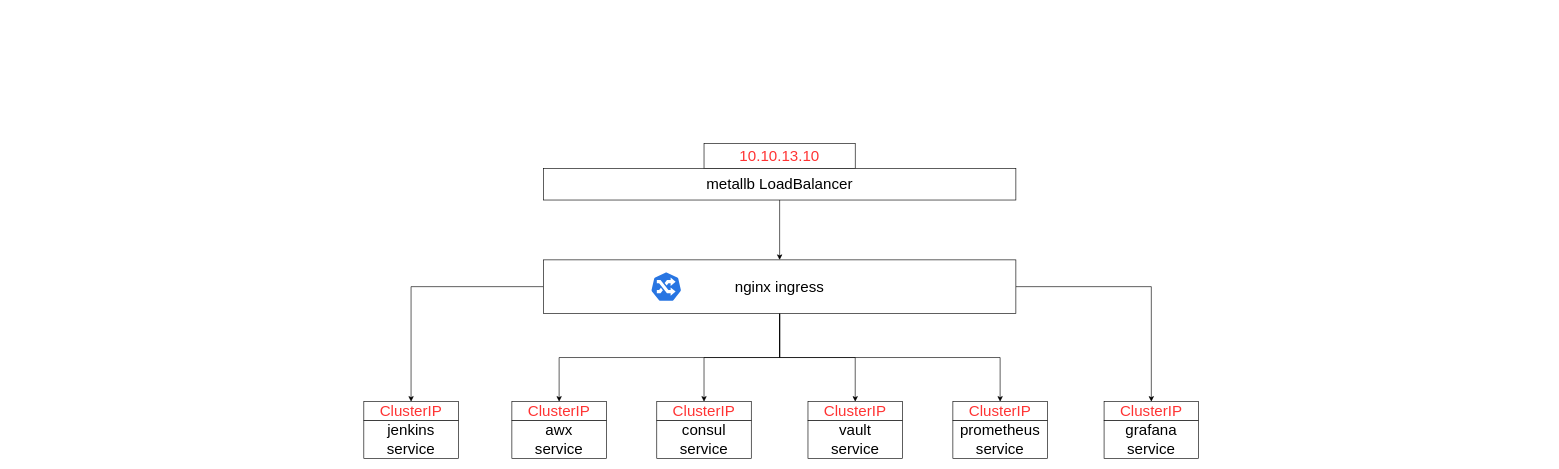
Earlier version of the draw.io diagram Untitled Diagram.drawio (nicolai-hornung-bl/nicolai-hornung-bl). Source tidied: cells renumbered, new cells numbered last; positions are measured from the earlier drawing's top-left corner, leaving out a move shared by most shapes. Both pictures are drawn from the tidied source at 63%, with x=0, y=0 at pixel (364, 143).
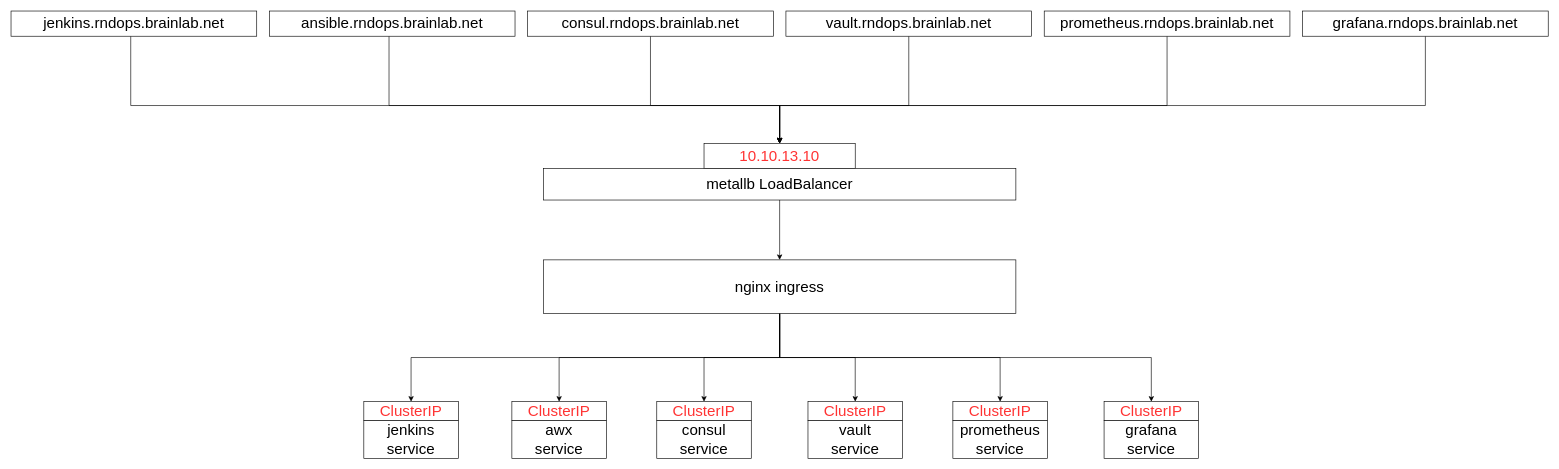
The same diagram, later.

Unchanged cells that the change refers to:
```xml
<mxCell id="3" value="10.10.13.10" style="rounded=0;whiteSpace=wrap;html=1;fontSize=24;fontColor=#FF3333;" parent="1" vertex="1">
  <mxGeometry x="540" width="240" height="40" as="geometry" />
</mxCell>
<mxCell id="10" value="&lt;font color=&quot;#000000&quot;&gt;nginx ingress&lt;/font&gt;" style="rounded=0;whiteSpace=wrap;html=1;fontSize=24;fontColor=#FF3333;" parent="1" vertex="1">
  <mxGeometry x="285" y="185" width="750" height="85" as="geometry" />
</mxCell>
<mxCell id="14" value="ClusterIP" style="rounded=0;whiteSpace=wrap;html=1;fontSize=24;fontColor=#FF3333;" parent="13" vertex="1">
  <mxGeometry width="150" height="30" as="geometry" />
</mxCell>
<mxCell id="26" value="ClusterIP" style="rounded=0;whiteSpace=wrap;html=1;fontSize=24;fontColor=#FF3333;" parent="25" vertex="1">
  <mxGeometry width="150" height="30" as="geometry" />
</mxCell>
```

Diff of the diagram source:
```diff
@@
     <mxCell id="4" style="edgeStyle=orthogonalEdgeStyle;rounded=0;jettySize=auto;html=1;entryX=0.5;entryY=0;entryDx=0;entryDy=0;fontSize=24;fontColor=#000000;" parent="1" edge="1" source="10" target="14">
-      <mxGeometry relative="1" as="geometry" />
+      <mxGeometry relative="1" as="geometry">
+        <Array as="points">
+          <mxPoint x="660" y="340" />
+          <mxPoint x="75" y="340" />
+        </Array>
+      </mxGeometry>
     </mxCell>
@@
     <mxCell id="9" style="edgeStyle=orthogonalEdgeStyle;rounded=0;jettySize=auto;html=1;entryX=0.5;entryY=0;entryDx=0;entryDy=0;fontSize=24;fontColor=#000000;" parent="1" edge="1" source="10" target="26">
-      <mxGeometry relative="1" as="geometry" />
+      <mxGeometry relative="1" as="geometry">
+        <Array as="points">
+          <mxPoint x="660" y="340" />
+          <mxPoint x="1250" y="340" />
+        </Array>
+      </mxGeometry>
     </mxCell>
@@
-    <mxCell id="12" style="sketch=0;html=1;dashed=0;whitespace=wrap;fillColor=#2875E2;strokeColor=#ffffff;shape=mxgraph.kubernetes.icon;prIcon=ing;fontSize=24;fontColor=#000000;" parent="1" vertex="1">
-      <mxGeometry x="455" y="203.5" width="50" height="48" as="geometry" />
-    </mxCell>
@@
+    <mxCell id="31" style="edgeStyle=orthogonalEdgeStyle;rounded=0;jettySize=auto;html=1;entryX=0.5;entryY=0;entryDx=0;entryDy=0;fontSize=24;fontColor=#000000;" parent="1" edge="1" source="32" target="3">
+      <mxGeometry relative="1" as="geometry">
+        <Array as="points">
+          <mxPoint x="-370" y="-60" />
+          <mxPoint x="660" y="-60" />
+        </Array>
+      </mxGeometry>
+    </mxCell>
+    <mxCell id="32" value="&lt;font color=&quot;#000000&quot;&gt;jenkins.rndops.brainlab.net&lt;/font&gt;" style="rounded=0;whiteSpace=wrap;html=1;fontSize=24;fontColor=#FF3333;" parent="1" vertex="1">
+      <mxGeometry x="-560" y="-210" width="390" height="40" as="geometry" />
+    </mxCell>
+    <mxCell id="33" style="edgeStyle=orthogonalEdgeStyle;rounded=0;jettySize=auto;html=1;fontSize=24;fontColor=#000000;" parent="1" edge="1" source="34">
+      <mxGeometry relative="1" as="geometry">
+        <mxPoint x="660" as="targetPoint" />
+        <Array as="points">
+          <mxPoint x="40" y="-60" />
+          <mxPoint x="660" y="-60" />
+        </Array>
+      </mxGeometry>
+    </mxCell>
+    <mxCell id="34" value="&lt;font color=&quot;#000000&quot;&gt;ansible.rndops.brainlab.net&lt;/font&gt;" style="rounded=0;whiteSpace=wrap;html=1;fontSize=24;fontColor=#FF3333;" parent="1" vertex="1">
+      <mxGeometry x="-150" y="-210" width="390" height="40" as="geometry" />
+    </mxCell>
+    <mxCell id="35" style="edgeStyle=orthogonalEdgeStyle;rounded=0;jettySize=auto;html=1;entryX=0.5;entryY=0;entryDx=0;entryDy=0;fontSize=24;fontColor=#000000;" parent="1" edge="1" source="36" target="3">
+      <mxGeometry relative="1" as="geometry">
+        <Array as="points">
+          <mxPoint x="455" y="-60" />
+          <mxPoint x="660" y="-60" />
+        </Array>
+      </mxGeometry>
+    </mxCell>
+    <mxCell id="36" value="&lt;font color=&quot;#000000&quot;&gt;consul.rndops.brainlab.net&lt;/font&gt;" style="rounded=0;whiteSpace=wrap;html=1;fontSize=24;fontColor=#FF3333;" parent="1" vertex="1">
+      <mxGeometry x="260" y="-210" width="390" height="40" as="geometry" />
+    </mxCell>
+    <mxCell id="37" style="edgeStyle=orthogonalEdgeStyle;rounded=0;jettySize=auto;html=1;entryX=0.5;entryY=0;entryDx=0;entryDy=0;fontSize=24;fontColor=#000000;" parent="1" edge="1" source="38" target="3">
+      <mxGeometry relative="1" as="geometry">
+        <Array as="points">
+          <mxPoint x="865" y="-60" />
+          <mxPoint x="660" y="-60" />
+        </Array>
+      </mxGeometry>
+    </mxCell>
+    <mxCell id="38" value="&lt;font color=&quot;#000000&quot;&gt;vault.rndops.brainlab.net&lt;/font&gt;" style="rounded=0;whiteSpace=wrap;html=1;fontSize=24;fontColor=#FF3333;" parent="1" vertex="1">
+      <mxGeometry x="670" y="-210" width="390" height="40" as="geometry" />
+    </mxCell>
+    <mxCell id="39" style="edgeStyle=orthogonalEdgeStyle;rounded=0;jettySize=auto;html=1;entryX=0.5;entryY=0;entryDx=0;entryDy=0;fontSize=24;fontColor=#000000;" parent="1" edge="1" source="40" target="3">
+      <mxGeometry relative="1" as="geometry">
+        <Array as="points">
+          <mxPoint x="1275" y="-60" />
+          <mxPoint x="660" y="-60" />
+        </Array>
+      </mxGeometry>
+    </mxCell>
+    <mxCell id="40" value="&lt;font color=&quot;#000000&quot;&gt;prometheus.rndops.brainlab.net&lt;/font&gt;" style="rounded=0;whiteSpace=wrap;html=1;fontSize=24;fontColor=#FF3333;" parent="1" vertex="1">
+      <mxGeometry x="1080" y="-210" width="390" height="40" as="geometry" />
+    </mxCell>
+    <mxCell id="41" style="edgeStyle=orthogonalEdgeStyle;rounded=0;jettySize=auto;html=1;entryX=0.5;entryY=0;entryDx=0;entryDy=0;fontSize=24;fontColor=#000000;" parent="1" edge="1" source="42" target="3">
+      <mxGeometry relative="1" as="geometry">
+        <Array as="points">
+          <mxPoint x="1685" y="-60" />
+          <mxPoint x="660" y="-60" />
+        </Array>
+      </mxGeometry>
+    </mxCell>
+    <mxCell id="42" value="&lt;font color=&quot;#000000&quot;&gt;grafana.rndops.brainlab.net&lt;/font&gt;" style="rounded=0;whiteSpace=wrap;html=1;fontSize=24;fontColor=#FF3333;" parent="1" vertex="1">
+      <mxGeometry x="1490" y="-210" width="390" height="40" as="geometry" />
+    </mxCell>
```
